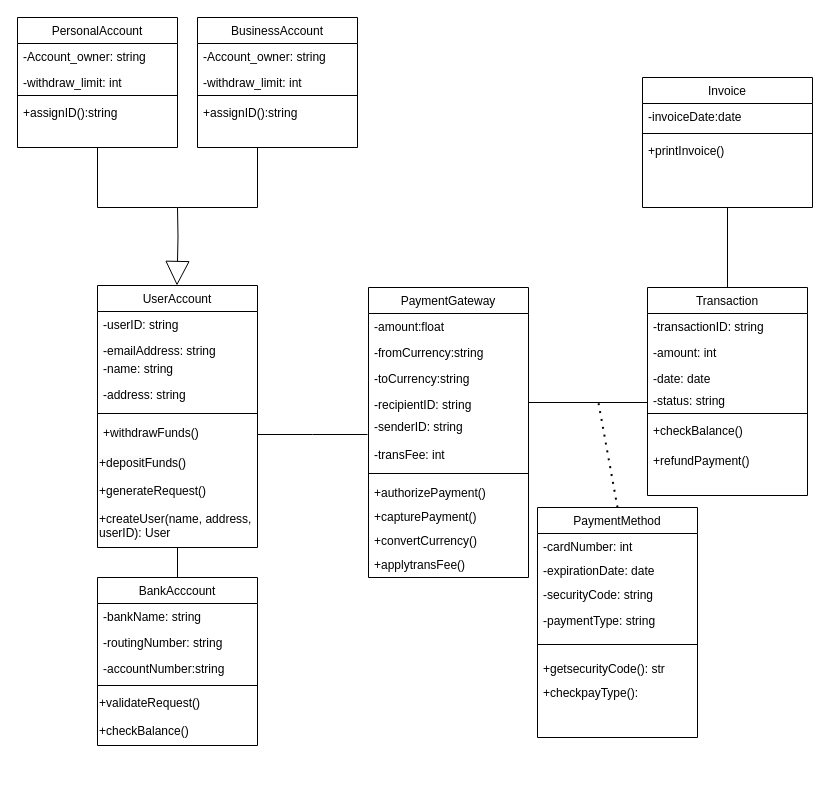
The draw.io diagram designclassdiagram.drawio in LordDdanielHan/test, before the edit. Source tidied: cells renumbered, new cells numbered last; positions are measured from the earlier drawing's top-left corner, leaving out a move shared by most shapes. Both pictures are drawn from the tidied source at 100%, with x=0, y=0 at pixel (17, 17).
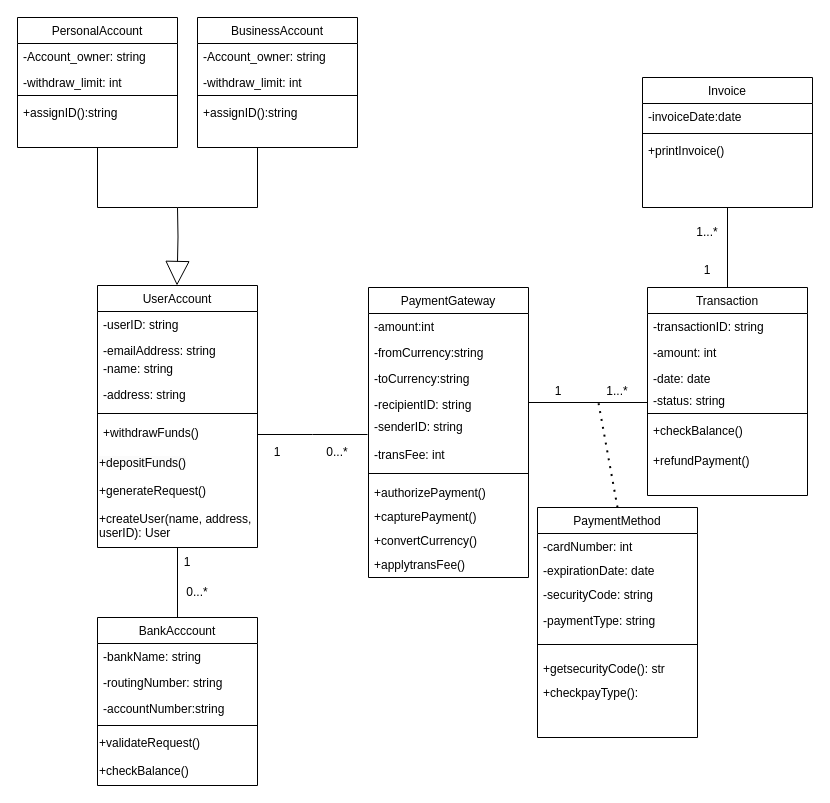
The same page after the edit.

Unchanged cells that the change refers to:
```xml
<mxCell id="38" value="PaymentGateway" style="swimlane;fontStyle=0;align=center;verticalAlign=top;horizontal=1;startSize=26;rounded=0;shadow=0;strokeWidth=1;" parent="1" vertex="1">
  <mxGeometry x="351" y="270" width="160" height="290" as="geometry" />
</mxCell>
```

Diff of the diagram source:
```diff
@@
     <mxCell id="14" value="BankAcccount" style="swimlane;fontStyle=0;align=center;verticalAlign=top;horizontal=1;startSize=26;rounded=0;shadow=0;strokeWidth=1;" parent="1" vertex="1">
-      <mxGeometry x="80" y="560" width="160" height="168" as="geometry" />
+      <mxGeometry x="80" y="600" width="160" height="168" as="geometry" />
     </mxCell>
@@
-    <mxCell id="39" value="-amount:float" style="text;align=left;verticalAlign=top;spacingLeft=4;spacingRight=4;overflow=hidden;" parent="38" vertex="1">
+    <mxCell id="39" value="-amount:int" style="text;align=left;verticalAlign=top;spacingLeft=4;spacingRight=4;overflow=hidden;" parent="38" vertex="1">
       <mxGeometry y="26" width="160" height="26" as="geometry" />
     </mxCell>
@@
+    <mxCell id="68" value="0...*" style="text;html=1;align=center;verticalAlign=middle;whiteSpace=wrap;rounded=0;" parent="1" vertex="1">
+      <mxGeometry x="150" y="560" width="60" height="30" as="geometry" />
+    </mxCell>
+    <mxCell id="69" value="1" style="text;html=1;align=center;verticalAlign=middle;whiteSpace=wrap;rounded=0;" parent="1" vertex="1">
+      <mxGeometry x="140" y="530" width="60" height="30" as="geometry" />
+    </mxCell>
+    <mxCell id="70" value="1" style="text;html=1;align=center;verticalAlign=middle;whiteSpace=wrap;rounded=0;" parent="1" vertex="1">
+      <mxGeometry x="230" y="420" width="60" height="30" as="geometry" />
+    </mxCell>
+    <mxCell id="71" value="0...*" style="text;html=1;align=center;verticalAlign=middle;whiteSpace=wrap;rounded=0;" parent="1" vertex="1">
+      <mxGeometry x="290" y="420" width="60" height="30" as="geometry" />
+    </mxCell>
+    <mxCell id="72" value="1" style="text;html=1;align=center;verticalAlign=middle;whiteSpace=wrap;rounded=0;" parent="1" vertex="1">
+      <mxGeometry x="511" y="359" width="60" height="30" as="geometry" />
+    </mxCell>
+    <mxCell id="73" value="1...*" style="text;html=1;align=center;verticalAlign=middle;whiteSpace=wrap;rounded=0;" parent="1" vertex="1">
+      <mxGeometry x="570" y="359" width="60" height="30" as="geometry" />
+    </mxCell>
+    <mxCell id="74" value="1...*" style="text;html=1;align=center;verticalAlign=middle;whiteSpace=wrap;rounded=0;" parent="1" vertex="1">
+      <mxGeometry x="660" y="200" width="60" height="30" as="geometry" />
+    </mxCell>
+    <mxCell id="75" value="1" style="text;html=1;align=center;verticalAlign=middle;whiteSpace=wrap;rounded=0;" parent="1" vertex="1">
+      <mxGeometry x="660" y="238" width="60" height="30" as="geometry" />
+    </mxCell>
```
